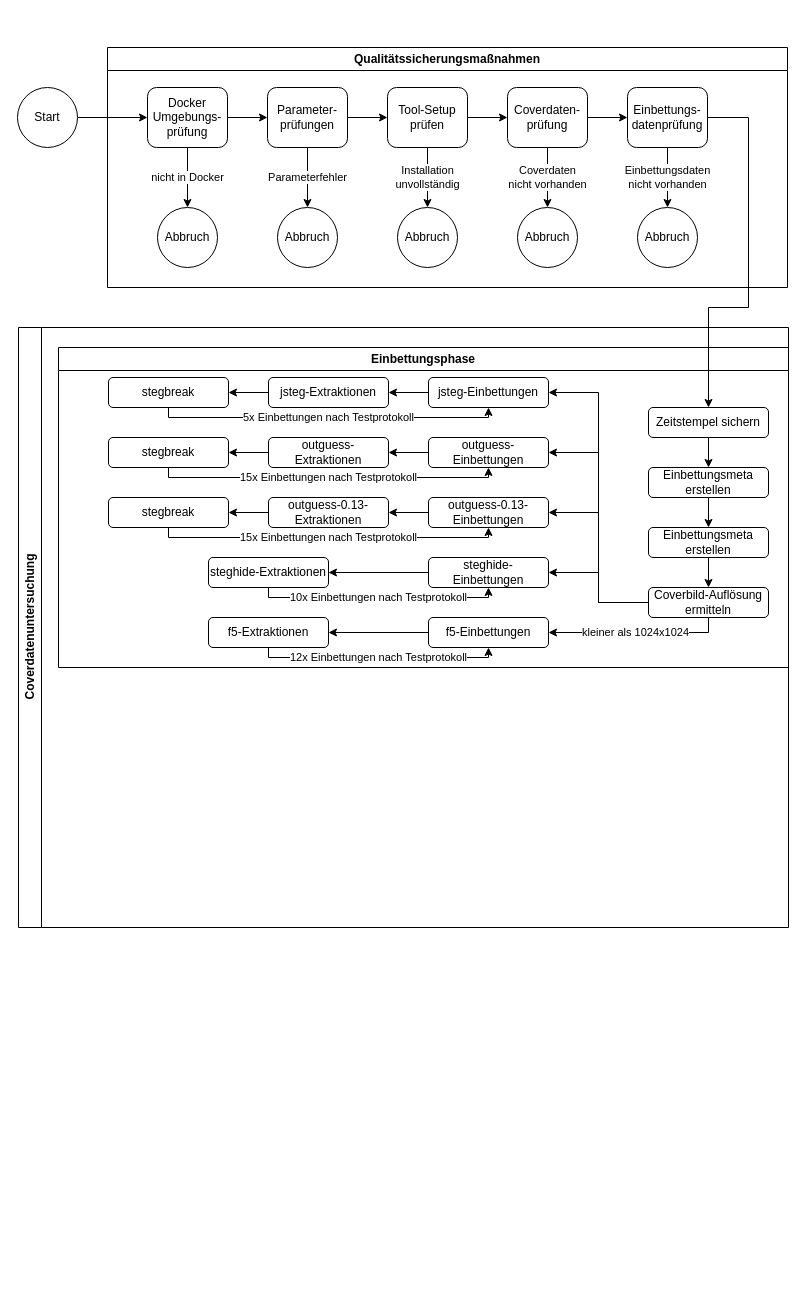
Before: SMKITS5/documentation/flowchart.drawio in bh-8/amsl-it-security-projects, a draw.io diagram. Source tidied: cells renumbered, new cells numbered last; positions are measured from the earlier drawing's top-left corner, leaving out a move shared by most shapes. Both pictures are drawn from the tidied source at 100%, with x=0, y=0 at pixel (17, 47).
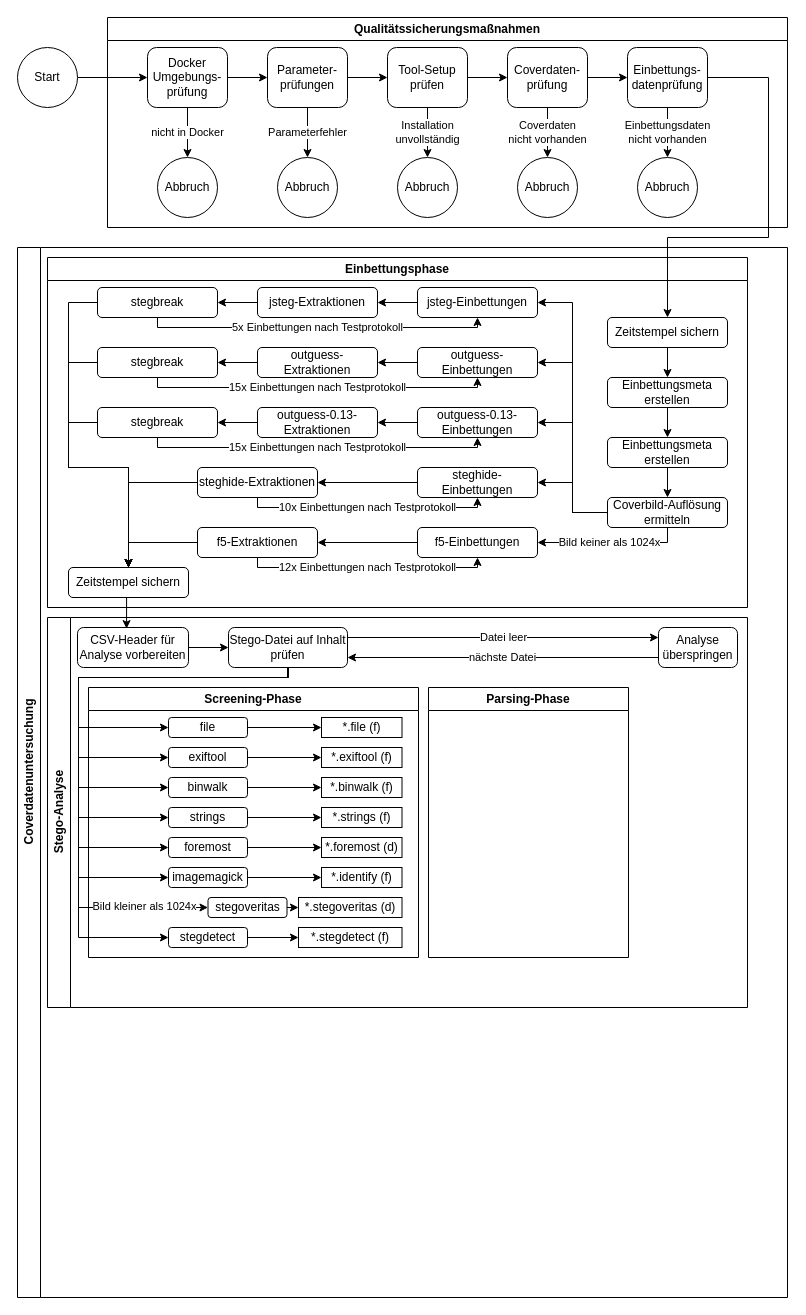
After the change.

Unchanged cells that the change refers to:
```xml
<mxCell id="35" value="f5-Einbettungen" style="rounded=1;whiteSpace=wrap;html=1;labelBackgroundColor=none;" parent="25" vertex="1">
  <mxGeometry x="370" y="270" width="120" height="30" as="geometry" />
</mxCell>
<mxCell id="43" value="steghide-Extraktionen" style="rounded=1;whiteSpace=wrap;html=1;labelBackgroundColor=none;" parent="25" vertex="1">
  <mxGeometry x="150" y="210" width="120" height="30" as="geometry" />
</mxCell>
<mxCell id="45" value="f5-Extraktionen" style="rounded=1;whiteSpace=wrap;html=1;labelBackgroundColor=none;" parent="25" vertex="1">
  <mxGeometry x="150" y="270" width="120" height="30" as="geometry" />
</mxCell>
<mxCell id="47" value="stegbreak" style="rounded=1;whiteSpace=wrap;html=1;labelBackgroundColor=none;" parent="25" vertex="1">
  <mxGeometry x="50" y="30" width="120" height="30" as="geometry" />
</mxCell>
<mxCell id="49" value="stegbreak" style="rounded=1;whiteSpace=wrap;html=1;labelBackgroundColor=none;" parent="25" vertex="1">
  <mxGeometry x="50" y="90" width="120" height="30" as="geometry" />
</mxCell>
<mxCell id="51" value="stegbreak" style="rounded=1;whiteSpace=wrap;html=1;labelBackgroundColor=none;" parent="25" vertex="1">
  <mxGeometry x="50" y="150" width="120" height="30" as="geometry" />
</mxCell>
```

What changed in the source:
```diff
@@
     <mxCell id="2" value="Qualitätssicherungsmaßnahmen" style="swimlane;whiteSpace=wrap;html=1;labelBackgroundColor=none;" parent="1" vertex="1">
-      <mxGeometry x="90" width="680" height="240" as="geometry" />
+      <mxGeometry x="90" y="-30" width="680" height="210" as="geometry" />
     </mxCell>
@@
     <mxCell id="5" value="&lt;div&gt;Docker&lt;/div&gt;&lt;div&gt;Umgebungs-prüfung&lt;/div&gt;" style="rounded=1;whiteSpace=wrap;html=1;labelBackgroundColor=none;" parent="2" vertex="1">
-      <mxGeometry x="40" y="40" width="80" height="60" as="geometry" />
+      <mxGeometry x="40" y="30" width="80" height="60" as="geometry" />
     </mxCell>
@@
     <mxCell id="8" value="&lt;div&gt;Parameter-&lt;/div&gt;&lt;div&gt;prüfungen&lt;br&gt;&lt;/div&gt;" style="rounded=1;whiteSpace=wrap;html=1;labelBackgroundColor=none;" parent="2" vertex="1">
-      <mxGeometry x="160" y="40" width="80" height="60" as="geometry" />
+      <mxGeometry x="160" y="30" width="80" height="60" as="geometry" />
     </mxCell>
@@
     <mxCell id="11" value="&lt;div&gt;Tool-Setup&lt;/div&gt;&lt;div&gt;prüfen&lt;br&gt;&lt;/div&gt;" style="rounded=1;whiteSpace=wrap;html=1;labelBackgroundColor=none;" parent="2" vertex="1">
-      <mxGeometry x="280" y="40" width="80" height="60" as="geometry" />
+      <mxGeometry x="280" y="30" width="80" height="60" as="geometry" />
     </mxCell>
@@
     <mxCell id="14" value="Coverdaten-prüfung" style="rounded=1;whiteSpace=wrap;html=1;labelBackgroundColor=none;" parent="2" vertex="1">
-      <mxGeometry x="400" y="40" width="80" height="60" as="geometry" />
+      <mxGeometry x="400" y="30" width="80" height="60" as="geometry" />
     </mxCell>
@@
     <mxCell id="16" value="Einbettungs-datenprüfung" style="rounded=1;whiteSpace=wrap;html=1;labelBackgroundColor=none;" parent="2" vertex="1">
-      <mxGeometry x="520" y="40" width="80" height="60" as="geometry" />
+      <mxGeometry x="520" y="30" width="80" height="60" as="geometry" />
     </mxCell>
     <mxCell id="17" value="Abbruch" style="ellipse;whiteSpace=wrap;html=1;labelBackgroundColor=none;" parent="2" vertex="1">
-      <mxGeometry x="50" y="160" width="60" height="60" as="geometry" />
+      <mxGeometry x="50" y="140" width="60" height="60" as="geometry" />
     </mxCell>
     <mxCell id="18" value="Abbruch" style="ellipse;whiteSpace=wrap;html=1;labelBackgroundColor=none;" parent="2" vertex="1">
-      <mxGeometry x="170" y="160" width="60" height="60" as="geometry" />
+      <mxGeometry x="170" y="140" width="60" height="60" as="geometry" />
     </mxCell>
     <mxCell id="19" value="Abbruch" style="ellipse;whiteSpace=wrap;html=1;labelBackgroundColor=none;" parent="2" vertex="1">
-      <mxGeometry x="290" y="160" width="60" height="60" as="geometry" />
+      <mxGeometry x="290" y="140" width="60" height="60" as="geometry" />
     </mxCell>
     <mxCell id="20" value="Abbruch" style="ellipse;whiteSpace=wrap;html=1;labelBackgroundColor=none;" parent="2" vertex="1">
-      <mxGeometry x="410" y="160" width="60" height="60" as="geometry" />
+      <mxGeometry x="410" y="140" width="60" height="60" as="geometry" />
     </mxCell>
     <mxCell id="21" value="Abbruch" style="ellipse;whiteSpace=wrap;html=1;labelBackgroundColor=none;" parent="2" vertex="1">
-      <mxGeometry x="530" y="160" width="60" height="60" as="geometry" />
+      <mxGeometry x="530" y="140" width="60" height="60" as="geometry" />
     </mxCell>
@@
     <mxCell id="23" value="Start" style="ellipse;whiteSpace=wrap;html=1;labelBackgroundColor=none;" parent="1" vertex="1">
-      <mxGeometry y="40" width="60" height="60" as="geometry" />
+      <mxGeometry width="60" height="60" as="geometry" />
     </mxCell>
     <mxCell id="24" value="&lt;div&gt;Coverdatenuntersuchung&lt;/div&gt;" style="swimlane;horizontal=0;whiteSpace=wrap;html=1;labelBackgroundColor=none;" parent="1" vertex="1">
-      <mxGeometry x="1" y="280" width="770" height="600" as="geometry" />
+      <mxGeometry y="200" width="770" height="1050" as="geometry" />
     </mxCell>
     <mxCell id="25" value="Einbettungsphase" style="swimlane;whiteSpace=wrap;html=1;labelBackgroundColor=none;" parent="24" vertex="1">
-      <mxGeometry x="40" y="20" width="730" height="320" as="geometry" />
+      <mxGeometry x="30" y="10" width="700" height="350" as="geometry" />
     </mxCell>
@@
+    <mxCell id="65" style="edgeStyle=orthogonalEdgeStyle;rounded=0;jettySize=auto;html=1;exitX=0;exitY=0.5;exitDx=0;exitDy=0;entryX=0.5;entryY=0;entryDx=0;entryDy=0;" parent="25" edge="1" source="43" target="70">
+      <mxGeometry relative="1" as="geometry" />
+    </mxCell>
@@
+    <mxCell id="66" style="edgeStyle=orthogonalEdgeStyle;rounded=0;jettySize=auto;html=1;exitX=0;exitY=0.5;exitDx=0;exitDy=0;" parent="25" edge="1" source="45" target="70">
+      <mxGeometry relative="1" as="geometry" />
+    </mxCell>
@@
+    <mxCell id="67" style="edgeStyle=orthogonalEdgeStyle;rounded=0;jettySize=auto;html=1;exitX=0;exitY=0.5;exitDx=0;exitDy=0;entryX=0.5;entryY=0;entryDx=0;entryDy=0;" parent="25" edge="1" source="47" target="70">
+      <mxGeometry relative="1" as="geometry">
+        <Array as="points">
+          <mxPoint x="21" y="45" />
+          <mxPoint x="21" y="210" />
+          <mxPoint x="81" y="210" />
+        </Array>
+      </mxGeometry>
+    </mxCell>
@@
+    <mxCell id="68" style="edgeStyle=orthogonalEdgeStyle;rounded=0;jettySize=auto;html=1;exitX=0;exitY=0.5;exitDx=0;exitDy=0;entryX=0.5;entryY=0;entryDx=0;entryDy=0;" parent="25" edge="1" source="49" target="70">
+      <mxGeometry relative="1" as="geometry">
+        <Array as="points">
+          <mxPoint x="21" y="105" />
+          <mxPoint x="21" y="210" />
+          <mxPoint x="81" y="210" />
+        </Array>
+      </mxGeometry>
+    </mxCell>
@@
+    <mxCell id="69" style="edgeStyle=orthogonalEdgeStyle;rounded=0;jettySize=auto;html=1;exitX=0;exitY=0.5;exitDx=0;exitDy=0;entryX=0.5;entryY=0;entryDx=0;entryDy=0;" parent="25" edge="1" source="51" target="70">
+      <mxGeometry relative="1" as="geometry">
+        <Array as="points">
+          <mxPoint x="21" y="165" />
+          <mxPoint x="21" y="210" />
+          <mxPoint x="81" y="210" />
+        </Array>
+      </mxGeometry>
+    </mxCell>
@@
     <mxCell id="53" value="Zeitstempel sichern" style="rounded=1;whiteSpace=wrap;html=1;labelBackgroundColor=none;" parent="25" vertex="1">
-      <mxGeometry x="590" y="60" width="120" height="30" as="geometry" />
+      <mxGeometry x="560" y="60" width="120" height="30" as="geometry" />
     </mxCell>
@@
     <mxCell id="55" value="Einbettungsmeta erstellen" style="rounded=1;whiteSpace=wrap;html=1;labelBackgroundColor=none;" parent="25" vertex="1">
-      <mxGeometry x="590" y="120" width="120" height="30" as="geometry" />
+      <mxGeometry x="560" y="120" width="120" height="30" as="geometry" />
     </mxCell>
@@
     <mxCell id="57" value="Einbettungsmeta erstellen" style="rounded=1;whiteSpace=wrap;html=1;labelBackgroundColor=none;" parent="25" vertex="1">
-      <mxGeometry x="590" y="180" width="120" height="30" as="geometry" />
+      <mxGeometry x="560" y="180" width="120" height="30" as="geometry" />
     </mxCell>
-    <mxCell id="58" value="kleiner als 1024x1024" style="edgeStyle=orthogonalEdgeStyle;rounded=0;jettySize=auto;html=1;exitX=0.5;exitY=1;exitDx=0;exitDy=0;entryX=1;entryY=0.5;entryDx=0;entryDy=0;" parent="25" edge="1" source="63" target="35">
-      <mxGeometry relative="1" as="geometry">
-        <Array as="points">
-          <mxPoint x="650" y="285" />
-        </Array>
-      </mxGeometry>
-    </mxCell>
@@
+    <mxCell id="58" value="Bild keiner als 1024x" style="edgeStyle=orthogonalEdgeStyle;rounded=0;jettySize=auto;html=1;exitX=0.5;exitY=1;exitDx=0;exitDy=0;entryX=1;entryY=0.5;entryDx=0;entryDy=0;" parent="25" edge="1" source="63" target="35">
+      <mxGeometry relative="1" as="geometry">
+        <Array as="points">
+          <mxPoint x="620" y="285" />
+        </Array>
+      </mxGeometry>
+    </mxCell>
     <mxCell id="63" value="Coverbild-Auflösung ermitteln" style="rounded=1;whiteSpace=wrap;html=1;labelBackgroundColor=none;" parent="25" vertex="1">
-      <mxGeometry x="590" y="240" width="120" height="30" as="geometry" />
+      <mxGeometry x="560" y="240" width="120" height="30" as="geometry" />
     </mxCell>
+    <mxCell id="70" value="Zeitstempel sichern" style="rounded=1;whiteSpace=wrap;html=1;labelBackgroundColor=none;" parent="25" vertex="1">
+      <mxGeometry x="21" y="310" width="120" height="30" as="geometry" />
+    </mxCell>
+    <mxCell id="71" value="Stego-Analyse" style="swimlane;horizontal=0;whiteSpace=wrap;html=1;labelBackgroundColor=none;startSize=23;" parent="24" vertex="1">
+      <mxGeometry x="30" y="370" width="700" height="390" as="geometry" />
+    </mxCell>
+    <mxCell id="72" style="edgeStyle=orthogonalEdgeStyle;rounded=0;jettySize=auto;html=1;exitX=1;exitY=0.5;exitDx=0;exitDy=0;entryX=0;entryY=0.5;entryDx=0;entryDy=0;" parent="71" edge="1" source="73" target="84">
+      <mxGeometry relative="1" as="geometry" />
+    </mxCell>
+    <mxCell id="73" value="&lt;div&gt;CSV-Header für Analyse vorbereiten&lt;/div&gt;" style="rounded=1;whiteSpace=wrap;html=1;labelBackgroundColor=none;" parent="71" vertex="1">
+      <mxGeometry x="30" y="10" width="111" height="40" as="geometry" />
+    </mxCell>
+    <mxCell id="74" value="Datei leer" style="edgeStyle=orthogonalEdgeStyle;rounded=0;jettySize=auto;html=1;exitX=1;exitY=0.25;exitDx=0;exitDy=0;entryX=0;entryY=0.25;entryDx=0;entryDy=0;" parent="71" edge="1" source="84" target="86">
+      <mxGeometry relative="1" as="geometry" />
+    </mxCell>
+    <mxCell id="75" style="edgeStyle=orthogonalEdgeStyle;rounded=0;jettySize=auto;html=1;exitX=0.5;exitY=1;exitDx=0;exitDy=0;entryX=0;entryY=0.5;entryDx=0;entryDy=0;" parent="71" edge="1" source="84" target="89">
+      <mxGeometry relative="1" as="geometry">
+        <Array as="points">
+          <mxPoint x="241" y="60" />
+          <mxPoint x="31" y="60" />
+          <mxPoint x="31" y="110" />
+        </Array>
+      </mxGeometry>
+    </mxCell>
+    <mxCell id="76" style="edgeStyle=orthogonalEdgeStyle;rounded=0;jettySize=auto;html=1;exitX=0.5;exitY=1;exitDx=0;exitDy=0;entryX=0;entryY=0.5;entryDx=0;entryDy=0;" parent="71" edge="1" source="84" target="91">
+      <mxGeometry relative="1" as="geometry">
+        <Array as="points">
+          <mxPoint x="241" y="60" />
+          <mxPoint x="31" y="60" />
+          <mxPoint x="31" y="140" />
+        </Array>
+      </mxGeometry>
+    </mxCell>
+    <mxCell id="77" style="edgeStyle=orthogonalEdgeStyle;rounded=0;jettySize=auto;html=1;exitX=0.5;exitY=1;exitDx=0;exitDy=0;entryX=0;entryY=0.5;entryDx=0;entryDy=0;" parent="71" edge="1" source="84" target="93">
+      <mxGeometry relative="1" as="geometry">
+        <Array as="points">
+          <mxPoint x="241" y="60" />
+          <mxPoint x="31" y="60" />
+          <mxPoint x="31" y="170" />
+        </Array>
+      </mxGeometry>
+    </mxCell>
+    <mxCell id="78" style="edgeStyle=orthogonalEdgeStyle;rounded=0;jettySize=auto;html=1;exitX=0.5;exitY=1;exitDx=0;exitDy=0;entryX=0;entryY=0.5;entryDx=0;entryDy=0;" parent="71" edge="1" source="84" target="95">
+      <mxGeometry relative="1" as="geometry">
+        <Array as="points">
+          <mxPoint x="241" y="60" />
+          <mxPoint x="31" y="60" />
+          <mxPoint x="31" y="200" />
+        </Array>
+      </mxGeometry>
+    </mxCell>
+    <mxCell id="79" style="edgeStyle=orthogonalEdgeStyle;rounded=0;jettySize=auto;html=1;exitX=0.5;exitY=1;exitDx=0;exitDy=0;entryX=0;entryY=0.5;entryDx=0;entryDy=0;" parent="71" edge="1" source="84" target="97">
+      <mxGeometry relative="1" as="geometry">
+        <Array as="points">
+          <mxPoint x="241" y="60" />
+          <mxPoint x="31" y="60" />
+          <mxPoint x="31" y="230" />
+        </Array>
+      </mxGeometry>
+    </mxCell>
+    <mxCell id="80" style="edgeStyle=orthogonalEdgeStyle;rounded=0;jettySize=auto;html=1;exitX=0.5;exitY=1;exitDx=0;exitDy=0;entryX=0;entryY=0.5;entryDx=0;entryDy=0;" parent="71" edge="1" source="84" target="99">
+      <mxGeometry relative="1" as="geometry">
+        <Array as="points">
+          <mxPoint x="241" y="60" />
+          <mxPoint x="31" y="60" />
+          <mxPoint x="31" y="260" />
+        </Array>
+      </mxGeometry>
+    </mxCell>
+    <mxCell id="81" style="edgeStyle=orthogonalEdgeStyle;rounded=0;jettySize=auto;html=1;exitX=0.5;exitY=1;exitDx=0;exitDy=0;entryX=0;entryY=0.5;entryDx=0;entryDy=0;" parent="71" edge="1" source="84" target="101">
+      <mxGeometry relative="1" as="geometry">
+        <Array as="points">
+          <mxPoint x="241" y="60" />
+          <mxPoint x="31" y="60" />
+          <mxPoint x="31" y="290" />
+        </Array>
+      </mxGeometry>
+    </mxCell>
+    <mxCell id="82" value="Bild kleiner als 1024x" style="edgeLabel;html=1;align=center;verticalAlign=middle;" parent="81" vertex="1">
+      <mxGeometry x="0.6" relative="1" as="geometry">
+        <mxPoint x="52" y="-2" as="offset" />
+      </mxGeometry>
+    </mxCell>
+    <mxCell id="83" style="edgeStyle=orthogonalEdgeStyle;rounded=0;jettySize=auto;html=1;exitX=0.5;exitY=1;exitDx=0;exitDy=0;entryX=0;entryY=0.5;entryDx=0;entryDy=0;" parent="71" edge="1" source="84" target="103">
+      <mxGeometry relative="1" as="geometry">
+        <Array as="points">
+          <mxPoint x="241" y="60" />
+          <mxPoint x="31" y="60" />
+          <mxPoint x="31" y="320" />
+        </Array>
+      </mxGeometry>
+    </mxCell>
+    <mxCell id="84" value="Stego-Datei auf Inhalt prüfen" style="rounded=1;whiteSpace=wrap;html=1;labelBackgroundColor=none;" parent="71" vertex="1">
+      <mxGeometry x="181" y="10" width="119" height="40" as="geometry" />
+    </mxCell>
+    <mxCell id="85" value="nächste Datei" style="edgeStyle=orthogonalEdgeStyle;rounded=0;jettySize=auto;html=1;exitX=0;exitY=0.75;exitDx=0;exitDy=0;entryX=1;entryY=0.75;entryDx=0;entryDy=0;" parent="71" edge="1" source="86" target="84">
+      <mxGeometry relative="1" as="geometry" />
+    </mxCell>
+    <mxCell id="86" value="Analyse überspringen" style="rounded=1;whiteSpace=wrap;html=1;labelBackgroundColor=none;" parent="71" vertex="1">
+      <mxGeometry x="611" y="10" width="79" height="40" as="geometry" />
+    </mxCell>
+    <mxCell id="87" value="Screening-Phase" style="swimlane;whiteSpace=wrap;html=1;labelBackgroundColor=none;" parent="71" vertex="1">
+      <mxGeometry x="41" y="70" width="330" height="270" as="geometry" />
+    </mxCell>
+    <mxCell id="88" style="edgeStyle=orthogonalEdgeStyle;rounded=0;jettySize=auto;html=1;exitX=1;exitY=0.5;exitDx=0;exitDy=0;entryX=0;entryY=0.5;entryDx=0;entryDy=0;" parent="87" edge="1" source="89" target="104">
+      <mxGeometry relative="1" as="geometry" />
+    </mxCell>
+    <mxCell id="89" value="file" style="rounded=1;whiteSpace=wrap;html=1;labelBackgroundColor=none;" parent="87" vertex="1">
+      <mxGeometry x="80" y="30" width="79" height="20" as="geometry" />
+    </mxCell>
+    <mxCell id="90" style="edgeStyle=orthogonalEdgeStyle;rounded=0;jettySize=auto;html=1;exitX=1;exitY=0.5;exitDx=0;exitDy=0;entryX=0;entryY=0.5;entryDx=0;entryDy=0;" parent="87" edge="1" source="91" target="105">
+      <mxGeometry relative="1" as="geometry" />
+    </mxCell>
+    <mxCell id="91" value="exiftool" style="rounded=1;whiteSpace=wrap;html=1;labelBackgroundColor=none;" parent="87" vertex="1">
+      <mxGeometry x="80" y="60" width="79" height="20" as="geometry" />
+    </mxCell>
+    <mxCell id="92" style="edgeStyle=orthogonalEdgeStyle;rounded=0;jettySize=auto;html=1;exitX=1;exitY=0.5;exitDx=0;exitDy=0;entryX=0;entryY=0.5;entryDx=0;entryDy=0;" parent="87" edge="1" source="93" target="106">
+      <mxGeometry relative="1" as="geometry" />
+    </mxCell>
+    <mxCell id="93" value="binwalk" style="rounded=1;whiteSpace=wrap;html=1;labelBackgroundColor=none;" parent="87" vertex="1">
+      <mxGeometry x="80" y="90" width="79" height="20" as="geometry" />
+    </mxCell>
+    <mxCell id="94" style="edgeStyle=orthogonalEdgeStyle;rounded=0;jettySize=auto;html=1;exitX=1;exitY=0.5;exitDx=0;exitDy=0;entryX=0;entryY=0.5;entryDx=0;entryDy=0;" parent="87" edge="1" source="95" target="107">
+      <mxGeometry relative="1" as="geometry" />
+    </mxCell>
+    <mxCell id="95" value="strings" style="rounded=1;whiteSpace=wrap;html=1;labelBackgroundColor=none;" parent="87" vertex="1">
+      <mxGeometry x="80" y="120" width="79" height="20" as="geometry" />
+    </mxCell>
+    <mxCell id="96" style="edgeStyle=orthogonalEdgeStyle;rounded=0;jettySize=auto;html=1;exitX=1;exitY=0.5;exitDx=0;exitDy=0;entryX=0;entryY=0.5;entryDx=0;entryDy=0;" parent="87" edge="1" source="97" target="108">
+      <mxGeometry relative="1" as="geometry" />
+    </mxCell>
+    <mxCell id="97" value="foremost" style="rounded=1;whiteSpace=wrap;html=1;labelBackgroundColor=none;" parent="87" vertex="1">
+      <mxGeometry x="80" y="150" width="79" height="20" as="geometry" />
+    </mxCell>
+    <mxCell id="98" style="edgeStyle=orthogonalEdgeStyle;rounded=0;jettySize=auto;html=1;exitX=1;exitY=0.5;exitDx=0;exitDy=0;entryX=0;entryY=0.5;entryDx=0;entryDy=0;" parent="87" edge="1" source="99" target="109">
+      <mxGeometry relative="1" as="geometry" />
+    </mxCell>
+    <mxCell id="99" value="imagemagick" style="rounded=1;whiteSpace=wrap;html=1;labelBackgroundColor=none;" parent="87" vertex="1">
+      <mxGeometry x="80" y="180" width="79" height="20" as="geometry" />
+    </mxCell>
+    <mxCell id="100" style="edgeStyle=orthogonalEdgeStyle;rounded=0;jettySize=auto;html=1;exitX=1;exitY=0.5;exitDx=0;exitDy=0;entryX=0;entryY=0.5;entryDx=0;entryDy=0;" parent="87" edge="1" source="101" target="110">
+      <mxGeometry relative="1" as="geometry" />
+    </mxCell>
+    <mxCell id="101" value="stegoveritas" style="rounded=1;whiteSpace=wrap;html=1;labelBackgroundColor=none;" parent="87" vertex="1">
+      <mxGeometry x="119.5" y="210" width="79" height="20" as="geometry" />
+    </mxCell>
+    <mxCell id="102" style="edgeStyle=orthogonalEdgeStyle;rounded=0;jettySize=auto;html=1;exitX=1;exitY=0.5;exitDx=0;exitDy=0;entryX=0;entryY=0.5;entryDx=0;entryDy=0;" parent="87" edge="1" source="103" target="111">
+      <mxGeometry relative="1" as="geometry" />
+    </mxCell>
+    <mxCell id="103" value="stegdetect" style="rounded=1;whiteSpace=wrap;html=1;labelBackgroundColor=none;" parent="87" vertex="1">
+      <mxGeometry x="80" y="240" width="79" height="20" as="geometry" />
+    </mxCell>
+    <mxCell id="104" value="*.file (f)" style="rounded=0;whiteSpace=wrap;html=1;labelBackgroundColor=none;" parent="87" vertex="1">
+      <mxGeometry x="233" y="30" width="80.5" height="20" as="geometry" />
+    </mxCell>
+    <mxCell id="105" value="*.exiftool (f)" style="rounded=0;whiteSpace=wrap;html=1;labelBackgroundColor=none;" parent="87" vertex="1">
+      <mxGeometry x="233" y="60" width="80.5" height="20" as="geometry" />
+    </mxCell>
+    <mxCell id="106" value="*.binwalk (f)" style="rounded=0;whiteSpace=wrap;html=1;labelBackgroundColor=none;" parent="87" vertex="1">
+      <mxGeometry x="233" y="90" width="80.5" height="20" as="geometry" />
+    </mxCell>
+    <mxCell id="107" value="*.strings (f)" style="rounded=0;whiteSpace=wrap;html=1;labelBackgroundColor=none;" parent="87" vertex="1">
+      <mxGeometry x="233" y="120" width="80.5" height="20" as="geometry" />
+    </mxCell>
+    <mxCell id="108" value="*.foremost (d)" style="rounded=0;whiteSpace=wrap;html=1;labelBackgroundColor=none;" parent="87" vertex="1">
+      <mxGeometry x="233" y="150" width="80.5" height="20" as="geometry" />
+    </mxCell>
+    <mxCell id="109" value="*.identify (f)" style="rounded=0;whiteSpace=wrap;html=1;labelBackgroundColor=none;" parent="87" vertex="1">
+      <mxGeometry x="233" y="180" width="80.5" height="20" as="geometry" />
+    </mxCell>
+    <mxCell id="110" value="*.stegoveritas (d)" style="rounded=0;whiteSpace=wrap;html=1;labelBackgroundColor=none;" parent="87" vertex="1">
+      <mxGeometry x="210" y="210" width="103.5" height="20" as="geometry" />
+    </mxCell>
+    <mxCell id="111" value="*.stegdetect (f)" style="rounded=0;whiteSpace=wrap;html=1;labelBackgroundColor=none;" parent="87" vertex="1">
+      <mxGeometry x="210" y="240" width="103.5" height="20" as="geometry" />
+    </mxCell>
+    <mxCell id="112" value="Parsing-Phase" style="swimlane;whiteSpace=wrap;html=1;labelBackgroundColor=none;" parent="71" vertex="1">
+      <mxGeometry x="381" y="70" width="200" height="270" as="geometry" />
+    </mxCell>
+    <mxCell id="113" style="edgeStyle=orthogonalEdgeStyle;rounded=0;jettySize=auto;html=1;exitX=0.5;exitY=1;exitDx=0;exitDy=0;entryX=0.442;entryY=0.028;entryDx=0;entryDy=0;entryPerimeter=0;" parent="24" edge="1" source="70" target="73">
+      <mxGeometry relative="1" as="geometry" />
+    </mxCell>
     <mxCell id="64" style="edgeStyle=orthogonalEdgeStyle;rounded=0;jettySize=auto;html=1;exitX=1;exitY=0.5;exitDx=0;exitDy=0;entryX=0.5;entryY=0;entryDx=0;entryDy=0;" parent="1" edge="1" source="16" target="53">
       <mxGeometry relative="1" as="geometry">
         <Array as="points">
-          <mxPoint x="731" y="70" />
-          <mxPoint x="731" y="260" />
-          <mxPoint x="691" y="260" />
+          <mxPoint x="751" y="30" />
+          <mxPoint x="751" y="190" />
+          <mxPoint x="650" y="190" />
         </Array>
       </mxGeometry>
     </mxCell>
```
